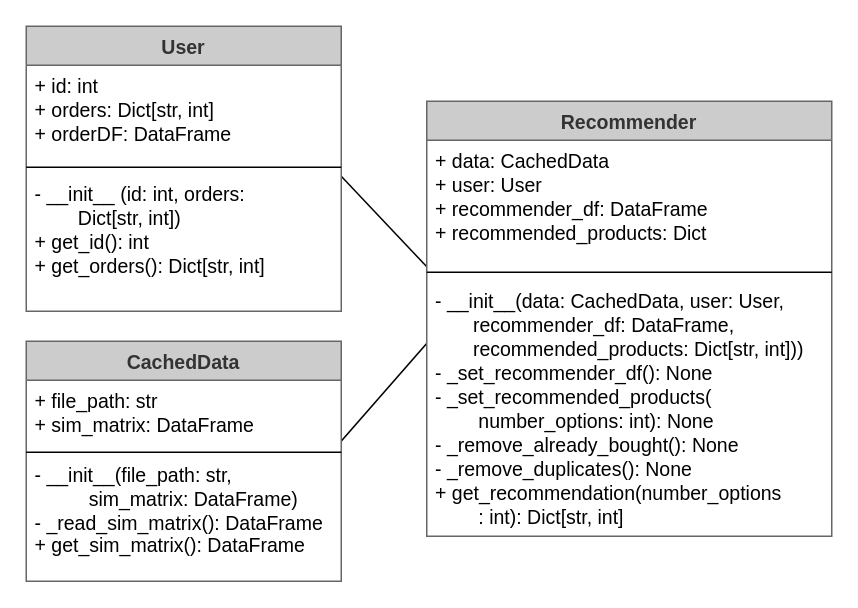
Above: docs/Class.drawio in steffenkk/recommendation-app (draw.io), before the change. Source tidied: cells renumbered, new cells numbered last; positions are measured from the earlier drawing's top-left corner, leaving out a move shared by most shapes. Both pictures are drawn from the tidied source at 150%, with x=0, y=0 at pixel (26, 26).
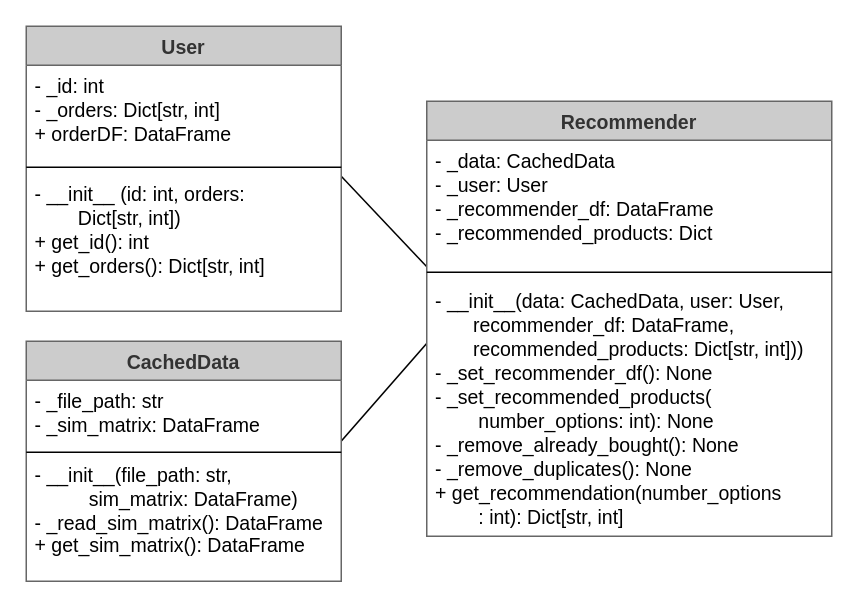
The same page after the edit.

The edit, as a diff of the source:
```diff
@@
 <mxGraphModel>
   <root>
     <mxCell id="0" />
     <mxCell id="1" parent="0" />
     <mxCell id="2" style="endArrow=none;html=1;fontSize=13;entryX=0.013;entryY=-0.023;entryDx=0;entryDy=0;entryPerimeter=0;" parent="1" edge="1" target="15">
       <mxGeometry relative="1" as="geometry">
         <mxPoint x="210" y="100" as="sourcePoint" />
       </mxGeometry>
     </mxCell>
     <mxCell id="3" style="endArrow=none;html=1;fontSize=13;" parent="1" edge="1">
       <mxGeometry relative="1" as="geometry">
         <mxPoint x="207" y="280" as="sourcePoint" />
         <mxPoint x="277" y="200" as="targetPoint" />
       </mxGeometry>
     </mxCell>
     <mxCell id="4" value="User" style="swimlane;fontStyle=1;align=center;verticalAlign=top;horizontal=1;startSize=26;shadow=0;strokeWidth=1;strokeColor=#666666;fontColor=#333333;fontSize=13;fillColor=#CCCCCC;swimlaneFillColor=#ffffff;" parent="1" vertex="1">
       <mxGeometry width="210" height="190" as="geometry" />
     </mxCell>
-    <mxCell id="5" value="+ id: int&#10;+ orders: Dict[str, int]&#10;+ orderDF: DataFrame" style="text;align=left;verticalAlign=top;spacingLeft=4;spacingRight=4;overflow=hidden;fontSize=13;" parent="4" vertex="1">
+    <mxCell id="5" value="- _id: int&#10;- _orders: Dict[str, int]&#10;+ orderDF: DataFrame" style="text;align=left;verticalAlign=top;spacingLeft=4;spacingRight=4;overflow=hidden;fontSize=13;" parent="4" vertex="1">
       <mxGeometry y="26" width="210" height="64" as="geometry" />
     </mxCell>
     <mxCell id="6" style="line;html=1;strokeWidth=1;align=left;verticalAlign=middle;spacingTop=-1;spacingLeft=3;spacingRight=3;labelPosition=right;fontSize=13;" parent="4" vertex="1">
       <mxGeometry y="90" width="210" height="8" as="geometry" />
     </mxCell>
     <mxCell id="7" value="- __init__ (id: int, orders: &#10;        Dict[str, int])&#10;+ get_id(): int&#10;+ get_orders(): Dict[str, int]" style="text;align=left;verticalAlign=top;spacingLeft=4;spacingRight=4;overflow=hidden;fontSize=13;" parent="4" vertex="1">
       <mxGeometry y="98" width="210" height="78" as="geometry" />
     </mxCell>
     <mxCell id="8" value="CachedData" style="swimlane;fontStyle=1;align=center;verticalAlign=top;horizontal=1;startSize=26;shadow=0;strokeWidth=1;strokeColor=#666666;fontColor=#333333;fontSize=13;fillColor=#CCCCCC;swimlaneFillColor=#ffffff;" parent="1" vertex="1">
       <mxGeometry y="210" width="210" height="160" as="geometry" />
     </mxCell>
-    <mxCell id="9" value="+ file_path: str&#10;+ sim_matrix: DataFrame" style="text;align=left;verticalAlign=top;spacingLeft=4;spacingRight=4;overflow=hidden;fontSize=13;" parent="8" vertex="1">
+    <mxCell id="9" value="- _file_path: str&#10;- _sim_matrix: DataFrame" style="text;align=left;verticalAlign=top;spacingLeft=4;spacingRight=4;overflow=hidden;fontSize=13;" parent="8" vertex="1">
       <mxGeometry y="26" width="210" height="44" as="geometry" />
     </mxCell>
     <mxCell id="10" style="line;html=1;strokeWidth=1;align=left;verticalAlign=middle;spacingTop=-1;spacingLeft=3;spacingRight=3;labelPosition=right;fontSize=13;" parent="8" vertex="1">
       <mxGeometry y="70" width="210" height="8" as="geometry" />
     </mxCell>
     <mxCell id="11" value="- __init__(file_path: str, &lt;br style=&quot;font-size: 13px;&quot;&gt;&amp;nbsp; &amp;nbsp; &amp;nbsp; &amp;nbsp; &amp;nbsp; sim_matrix: DataFrame)&lt;br style=&quot;font-size: 13px;&quot;&gt;- _read_sim_matrix(): DataFrame&lt;br style=&quot;font-size: 13px;&quot;&gt;+ get_sim_matrix(): DataFrame" style="text;html=1;align=left;verticalAlign=middle;spacingLeft=4;fontSize=13;" parent="8" vertex="1">
       <mxGeometry y="78" width="210" height="70" as="geometry" />
     </mxCell>
     <mxCell id="12" value="Recommender" style="swimlane;fontStyle=1;align=center;verticalAlign=top;horizontal=1;startSize=26;shadow=0;strokeWidth=1;strokeColor=#666666;fontColor=#333333;fontSize=13;fillColor=#CCCCCC;swimlaneFillColor=#ffffff;" parent="1" vertex="1">
       <mxGeometry x="267" y="50" width="270" height="290" as="geometry" />
     </mxCell>
-    <mxCell id="13" value="+ data: CachedData&#10;+ user: User&#10;+ recommender_df: DataFrame&#10;+ recommended_products: Dict" style="text;align=left;verticalAlign=top;spacingLeft=4;spacingRight=4;overflow=hidden;shadow=0;html=0;fontSize=13;" parent="12" vertex="1">
+    <mxCell id="13" value="- _data: CachedData&#10;- _user: User&#10;- _recommender_df: DataFrame&#10;- _recommended_products: Dict" style="text;align=left;verticalAlign=top;spacingLeft=4;spacingRight=4;overflow=hidden;shadow=0;html=0;fontSize=13;" parent="12" vertex="1">
       <mxGeometry y="26" width="270" height="84" as="geometry" />
     </mxCell>
     <mxCell id="14" style="line;html=1;strokeWidth=1;align=left;verticalAlign=middle;spacingTop=-1;spacingLeft=3;spacingRight=3;labelPosition=right;fontSize=13;" parent="12" vertex="1">
       <mxGeometry y="110" width="270" height="8" as="geometry" />
     </mxCell>
     <mxCell id="15" value="- __init__(data: CachedData, user: User, &#10;       recommender_df: DataFrame, &#10;       recommended_products: Dict[str, int]))&#10;- _set_recommender_df(): None&#10;- _set_recommended_products(&#10;        number_options: int): None&#10;- _remove_already_bought(): None&#10;- _remove_duplicates(): None&#10;+ get_recommendation(number_options&#10;        : int): Dict[str, int]" style="text;align=left;verticalAlign=top;spacingLeft=4;spacingRight=4;overflow=hidden;points=[[0,0.5],[1,0.5]];portConstraint=eastwest;spacingTop=1;spacing=2;fontSize=13;" parent="12" vertex="1">
       <mxGeometry y="118" width="270" height="172" as="geometry" />
     </mxCell>
   </root>
 </mxGraphModel>
```
